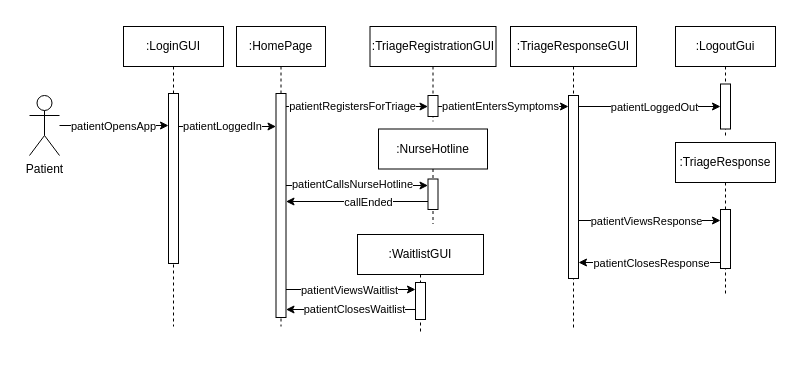
Before: AmirWork/M2/P2_SequenceDiagram.drawio in SENG-350-2024-fall/Team9, a draw.io diagram. Source tidied: cells renumbered, new cells numbered last; positions are measured from the earlier drawing's top-left corner, leaving out a move shared by most shapes. Both pictures are drawn from the tidied source at 100%, with x=0, y=0 at pixel (17, 17).
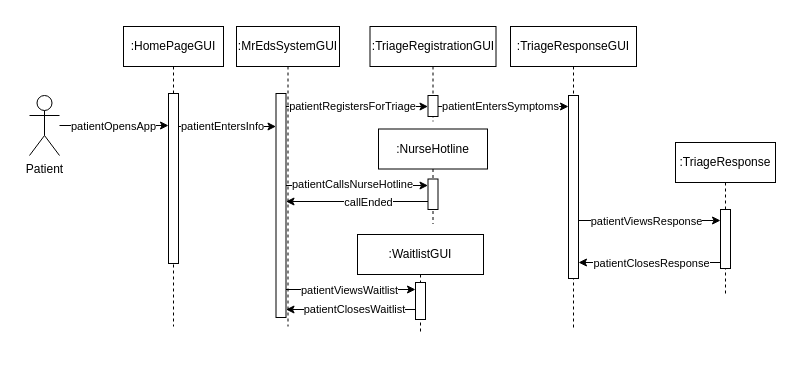
The same diagram, later.

Unchanged cells that the change refers to:
```xml
<mxCell id="11" style="edgeStyle=elbowEdgeStyle;rounded=0;jettySize=auto;html=1;elbow=vertical;curved=0;" parent="1" edge="1" source="5" target="10">
  <mxGeometry relative="1" as="geometry">
    <Array as="points">
      <mxPoint x="224" y="109" />
    </Array>
  </mxGeometry>
</mxCell>
<mxCell id="30" style="html=1;points=[];perimeter=orthogonalPerimeter;outlineConnect=0;targetShapes=umlLifeline;portConstraint=eastwest;newEdgeStyle={&quot;edgeStyle&quot;:&quot;elbowEdgeStyle&quot;,&quot;elbow&quot;:&quot;vertical&quot;,&quot;curved&quot;:0,&quot;rounded&quot;:0};" parent="29" vertex="1">
  <mxGeometry x="58" y="69" width="10" height="183" as="geometry" />
</mxCell>
```

Diff of the diagram source:
```diff
@@
-    <mxCell id="4" value=":LoginGUI" style="shape=umlLifeline;perimeter=lifelinePerimeter;whiteSpace=wrap;html=1;newEdgeStyle={&quot;edgeStyle&quot;:&quot;elbowEdgeStyle&quot;,&quot;elbow&quot;:&quot;vertical&quot;,&quot;curved&quot;:0,&quot;rounded&quot;:0};" parent="1" vertex="1">
+    <mxCell id="4" value=":HomePageGUI" style="shape=umlLifeline;perimeter=lifelinePerimeter;whiteSpace=wrap;html=1;newEdgeStyle={&quot;edgeStyle&quot;:&quot;elbowEdgeStyle&quot;,&quot;elbow&quot;:&quot;vertical&quot;,&quot;curved&quot;:0,&quot;rounded&quot;:0};" parent="1" vertex="1">
       <mxGeometry x="106" y="9" width="100" height="300" as="geometry" />
     </mxCell>
@@
-    <mxCell id="9" value=":HomePage" style="shape=umlLifeline;perimeter=lifelinePerimeter;whiteSpace=wrap;html=1;newEdgeStyle={&quot;edgeStyle&quot;:&quot;elbowEdgeStyle&quot;,&quot;elbow&quot;:&quot;vertical&quot;,&quot;curved&quot;:0,&quot;rounded&quot;:0};" parent="1" vertex="1">
-      <mxGeometry x="219" y="9" width="89" height="300" as="geometry" />
+    <mxCell id="9" value=":MrEdsSystemGUI" style="shape=umlLifeline;perimeter=lifelinePerimeter;whiteSpace=wrap;html=1;newEdgeStyle={&quot;edgeStyle&quot;:&quot;elbowEdgeStyle&quot;,&quot;elbow&quot;:&quot;vertical&quot;,&quot;curved&quot;:0,&quot;rounded&quot;:0};" parent="1" vertex="1">
+      <mxGeometry x="219" y="9" width="103" height="300" as="geometry" />
     </mxCell>
@@
-    <mxCell id="12" value="patientLoggedIn" style="edgeLabel;html=1;align=center;verticalAlign=middle;" parent="11" vertex="1">
+    <mxCell id="12" value="patientEntersInfo" style="edgeLabel;html=1;align=center;verticalAlign=middle;" parent="11" vertex="1">
       <mxGeometry x="0.28" y="2" relative="1" as="geometry">
         <mxPoint x="-19" y="1" as="offset" />
       </mxGeometry>
     </mxCell>
@@
-    <mxCell id="39" value=":LogoutGui" style="shape=umlLifeline;perimeter=lifelinePerimeter;whiteSpace=wrap;html=1;newEdgeStyle={&quot;edgeStyle&quot;:&quot;elbowEdgeStyle&quot;,&quot;elbow&quot;:&quot;vertical&quot;,&quot;curved&quot;:0,&quot;rounded&quot;:0};" parent="1" vertex="1">
-      <mxGeometry x="658" y="9" width="100" height="112" as="geometry" />
-    </mxCell>
-    <mxCell id="40" style="html=1;points=[];perimeter=orthogonalPerimeter;outlineConnect=0;targetShapes=umlLifeline;portConstraint=eastwest;newEdgeStyle={&quot;edgeStyle&quot;:&quot;elbowEdgeStyle&quot;,&quot;elbow&quot;:&quot;vertical&quot;,&quot;curved&quot;:0,&quot;rounded&quot;:0};" parent="39" vertex="1">
-      <mxGeometry x="45" y="57.5" width="10" height="45" as="geometry" />
-    </mxCell>
-    <mxCell id="41" style="edgeStyle=elbowEdgeStyle;rounded=0;jettySize=auto;html=1;elbow=vertical;curved=0;" parent="1" edge="1" source="30" target="40">
-      <mxGeometry relative="1" as="geometry">
-        <Array as="points">
-          <mxPoint x="620" y="89" />
-        </Array>
-      </mxGeometry>
-    </mxCell>
-    <mxCell id="42" value="patientLoggedOut" style="edgeLabel;html=1;align=center;verticalAlign=middle;" parent="41" vertex="1">
-      <mxGeometry x="0.2" relative="1" as="geometry">
-        <mxPoint x="-10" as="offset" />
-      </mxGeometry>
-    </mxCell>
```
